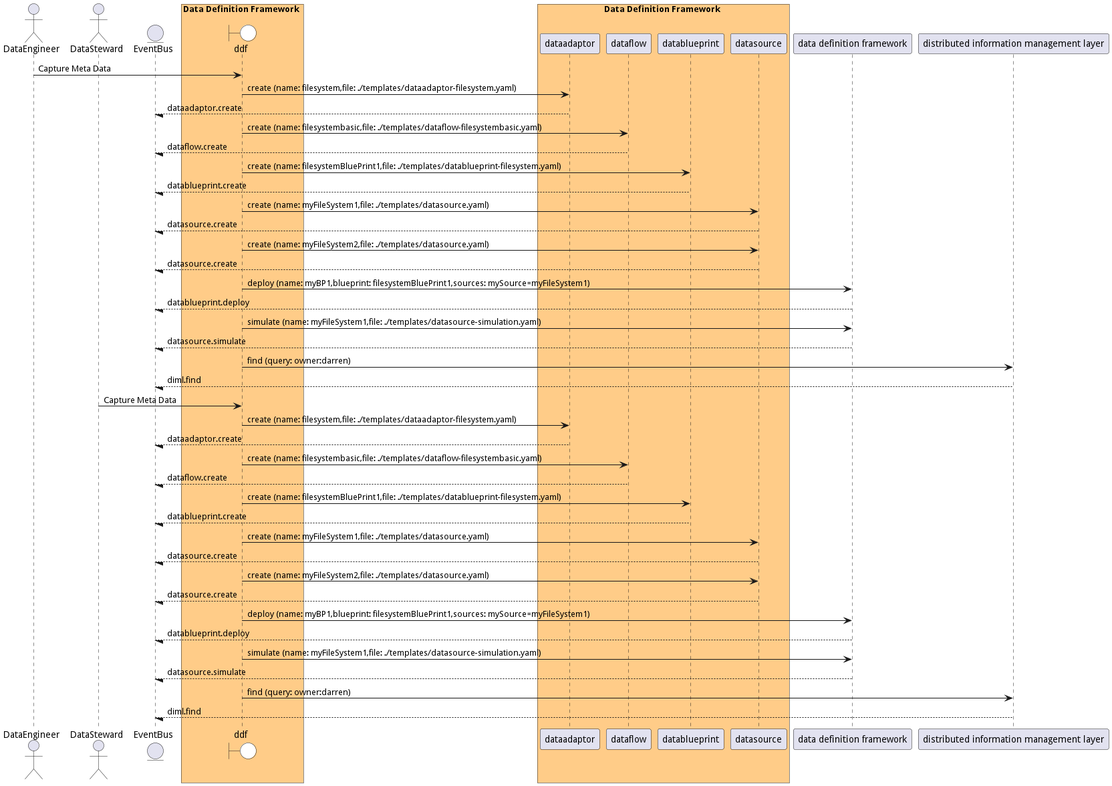
Earlier version of the PlantUML export docs/edgemere/diml/ddf/usecases/managemetadata/CaptureMetaData.png (madajaju/edgemere). The source it was exported from:
```plantuml
@startuml

actor "DataEngineer"

actor "DataSteward"


entity EventBus

box Data Definition Framework #ffcc88
    boundary ddf #white
end box


box Data Definition Framework #ffcc88
            participant dataadaptor
            participant dataflow
            participant datablueprint
            participant datasource
    end box

box Distributed Information Management Layer #ffcc88
    end box


"DataEngineer" -> ddf: Capture Meta Data

    ddf -> "dataadaptor": create (name: filesystem,file: ./templates/dataadaptor-filesystem.yaml)

    "dataadaptor" --/ EventBus: dataadaptor.create

    ddf -> "dataflow": create (name: filesystembasic,file: ./templates/dataflow-filesystembasic.yaml)

    "dataflow" --/ EventBus: dataflow.create

    ddf -> "datablueprint": create (name: filesystemBluePrint1,file: ./templates/datablueprint-filesystem.yaml)

    "datablueprint" --/ EventBus: datablueprint.create

    ddf -> "datasource": create (name: myFileSystem1,file: ./templates/datasource.yaml)

    "datasource" --/ EventBus: datasource.create

    ddf -> "datasource": create (name: myFileSystem2,file: ./templates/datasource.yaml)

    "datasource" --/ EventBus: datasource.create

    ddf -> "data definition framework": deploy (name: myBP1,blueprint: filesystemBluePrint1,sources: mySource=myFileSystem1)

    "data definition framework" --/ EventBus: datablueprint.deploy

    ddf -> "data definition framework": simulate (name: myFileSystem1,file: ./templates/datasource-simulation.yaml)

    "data definition framework" --/ EventBus: datasource.simulate

    ddf -> "distributed information management layer": find (query: owner:darren)

    "distributed information management layer" --/ EventBus: diml.find


"DataSteward" -> ddf: Capture Meta Data

    ddf -> "dataadaptor": create (name: filesystem,file: ./templates/dataadaptor-filesystem.yaml)

    "dataadaptor" --/ EventBus: dataadaptor.create

    ddf -> "dataflow": create (name: filesystembasic,file: ./templates/dataflow-filesystembasic.yaml)

    "dataflow" --/ EventBus: dataflow.create

    ddf -> "datablueprint": create (name: filesystemBluePrint1,file: ./templates/datablueprint-filesystem.yaml)

    "datablueprint" --/ EventBus: datablueprint.create

    ddf -> "datasource": create (name: myFileSystem1,file: ./templates/datasource.yaml)

    "datasource" --/ EventBus: datasource.create

    ddf -> "datasource": create (name: myFileSystem2,file: ./templates/datasource.yaml)

    "datasource" --/ EventBus: datasource.create

    ddf -> "data definition framework": deploy (name: myBP1,blueprint: filesystemBluePrint1,sources: mySource=myFileSystem1)

    "data definition framework" --/ EventBus: datablueprint.deploy

    ddf -> "data definition framework": simulate (name: myFileSystem1,file: ./templates/datasource-simulation.yaml)

    "data definition framework" --/ EventBus: datasource.simulate

    ddf -> "distributed information management layer": find (query: owner:darren)

    "distributed information management layer" --/ EventBus: diml.find



@enduml
```
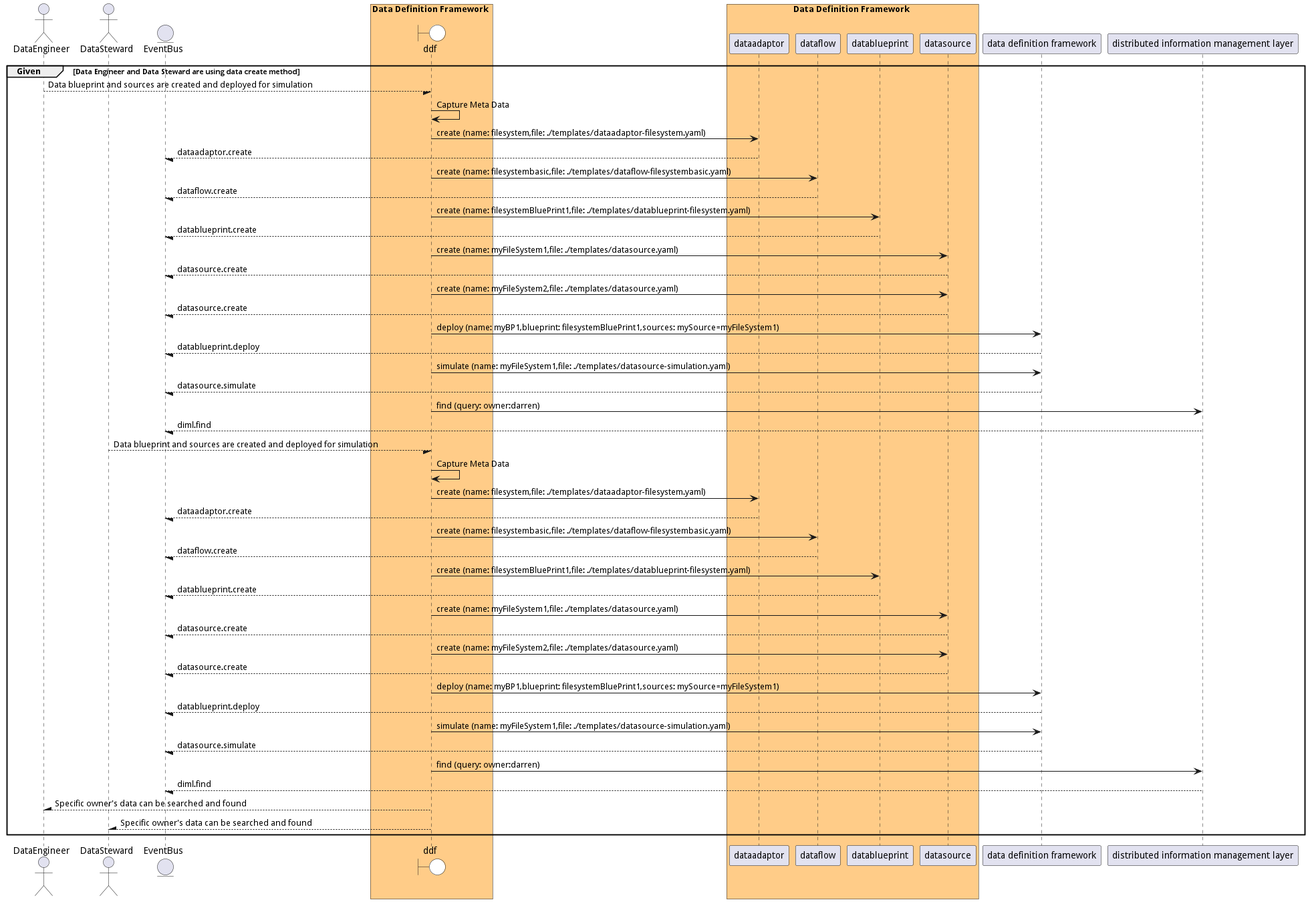
After the change.

Diff of the diagram source:
```diff
@@ -1,4 +1,5 @@
 @startuml
+
 
 actor "DataEngineer"
 
@@ -22,8 +23,10 @@
 box Distributed Information Management Layer #ffcc88
     end box
 
+group Given [Data Engineer and Data Steward are using data create method]
 
-"DataEngineer" -> ddf: Capture Meta Data
+"DataEngineer" --/ ddf: Data blueprint and sources are created and deployed for simulation
+"ddf" -> ddf: Capture Meta Data
 
     ddf -> "dataadaptor": create (name: filesystem,file: ./templates/dataadaptor-filesystem.yaml)
 
@@ -58,7 +61,8 @@
     "distributed information management layer" --/ EventBus: diml.find
 
 
-"DataSteward" -> ddf: Capture Meta Data
+"DataSteward" --/ ddf: Data blueprint and sources are created and deployed for simulation
+"ddf" -> ddf: Capture Meta Data
 
     ddf -> "dataadaptor": create (name: filesystem,file: ./templates/dataadaptor-filesystem.yaml)
 
@@ -94,4 +98,11 @@
 
 
 
+"DataEngineer" /-- ddf: Specific owner&#39;s data can be searched and found
+
+"DataSteward" /-- ddf: Specific owner&#39;s data can be searched and found
+
+
+end
+
 @enduml
```
